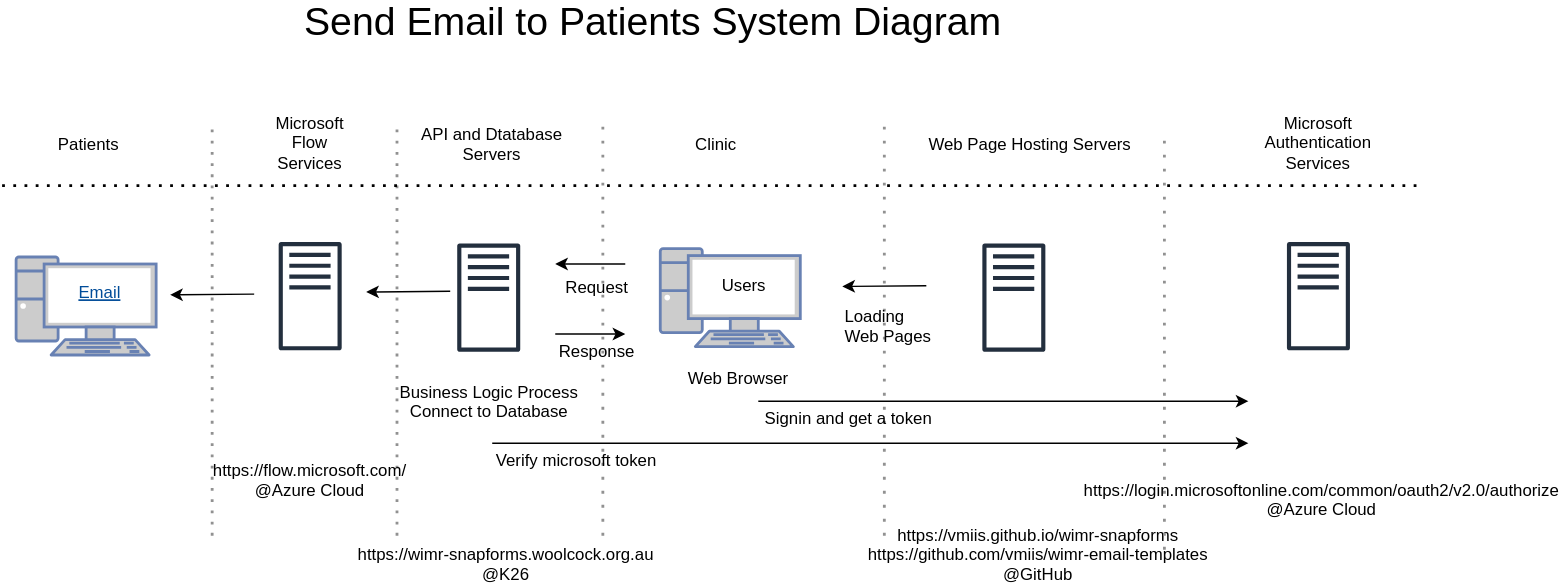
Above: modules/business/diagram/page.svg in jsparkes-wimr/wimr-snapforms (draw.io), before the change. Source tidied: cells renumbered, new cells last; positions are measured from the earlier drawing's top-left corner, leaving out a move shared by most shapes.
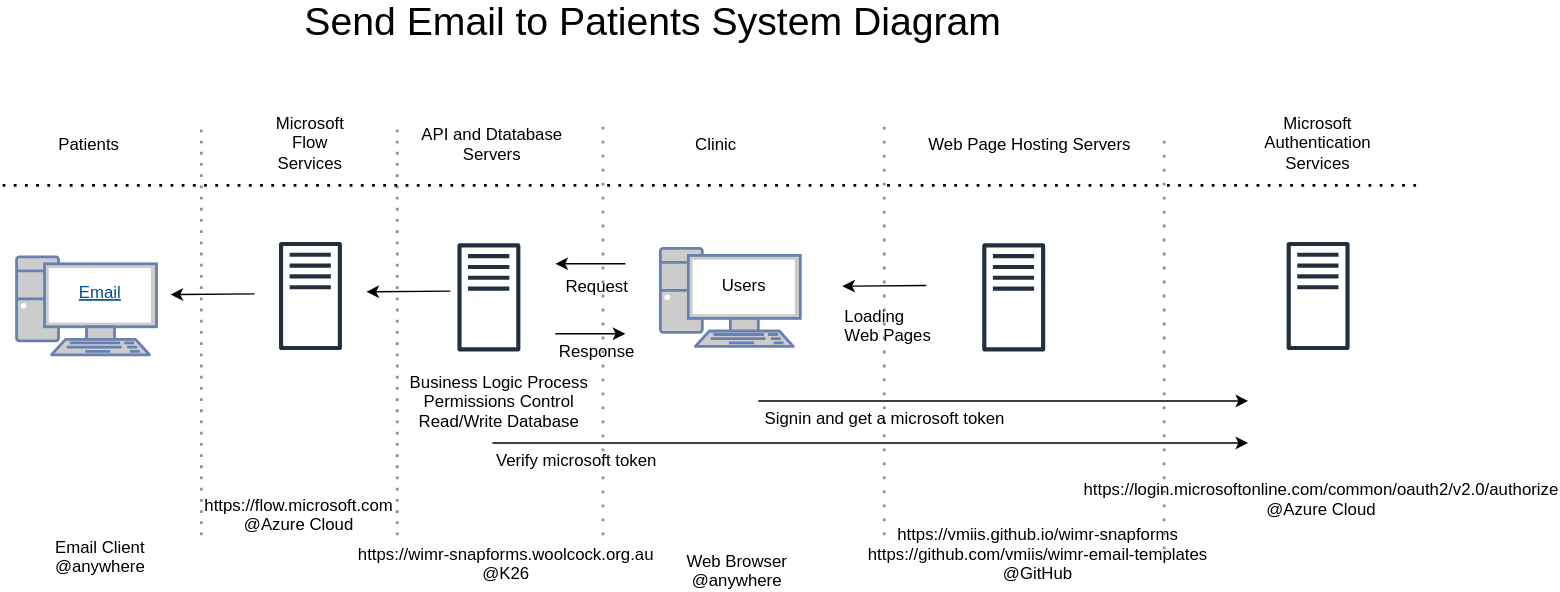
The same diagram one commit later.

Diff of the diagram source:
```diff
@@ -7,8 +7,8 @@
     </mxCell>
     <mxCell id="3" style="endArrow=none;dashed=1;html=1;dashPattern=1 3;strokeWidth=2;fontColor=#ABABAB;strokeColor=#919191;" parent="1" edge="1">
       <mxGeometry relative="1" as="geometry">
-        <mxPoint x="150" y="380" as="sourcePoint" />
-        <mxPoint x="150" y="90" as="targetPoint" />
+        <mxPoint x="142" y="380" as="sourcePoint" />
+        <mxPoint x="142" y="90" as="targetPoint" />
       </mxGeometry>
     </mxCell>
     <mxCell id="4" style="endArrow=none;dashed=1;html=1;dashPattern=1 3;strokeWidth=2;fontColor=#ABABAB;strokeColor=#919191;" parent="1" edge="1">
@@ -113,14 +113,14 @@
         <mxPoint x="600" y="202" as="targetPoint" />
       </mxGeometry>
     </mxCell>
-    <mxCell id="29" value="Business Logic Process&#10;Connect to Database" style="text;strokeColor=none;fillColor=none;align=center;verticalAlign=middle;rounded=0;" parent="1" vertex="1">
-      <mxGeometry x="328" y="274" width="40" height="20" as="geometry" />
+    <mxCell id="29" value="Business Logic Process&#10;Permissions Control&#10;Read/Write Database" style="text;strokeColor=none;fillColor=none;align=center;verticalAlign=middle;rounded=0;" parent="1" vertex="1">
+      <mxGeometry x="335" y="274" width="40" height="20" as="geometry" />
     </mxCell>
     <mxCell id="30" value="Loading &#10;Web Pages" style="text;strokeColor=none;fillColor=none;align=left;verticalAlign=middle;rounded=0;" parent="1" vertex="1">
       <mxGeometry x="600" y="215" width="40" height="30" as="geometry" />
     </mxCell>
-    <mxCell id="31" value="https://flow.microsoft.com/&#10;@Azure Cloud" style="text;strokeColor=none;fillColor=none;align=center;verticalAlign=middle;rounded=0;" parent="1" vertex="1">
-      <mxGeometry x="200" y="330" width="40" height="20" as="geometry" />
+    <mxCell id="31" value="https://flow.microsoft.com&#10;@Azure Cloud" style="text;strokeColor=none;fillColor=none;align=center;verticalAlign=middle;rounded=0;" parent="1" vertex="1">
+      <mxGeometry x="192" y="355" width="40" height="20" as="geometry" />
     </mxCell>
     <mxCell id="32" style="endArrow=none;html=1;strokeWidth=2;dashed=1;dashPattern=1 4;fontColor=#ABABAB;strokeColor=#919191;" parent="1" edge="1">
       <mxGeometry relative="1" as="geometry">
@@ -137,7 +137,7 @@
     <mxCell id="35" value="https://login.microsoftonline.com/common/oauth2/v2.0/authorize&#10;@Azure Cloud" style="text;strokeColor=none;fillColor=none;align=center;verticalAlign=middle;rounded=0;" parent="1" vertex="1">
       <mxGeometry x="922.5" y="344" width="40" height="20" as="geometry" />
     </mxCell>
-    <mxCell id="36" value="Signin and get a token" style="text;strokeColor=none;fillColor=none;align=left;verticalAlign=middle;rounded=0;" parent="1" vertex="1">
+    <mxCell id="36" value="Signin and get a microsoft token" style="text;strokeColor=none;fillColor=none;align=left;verticalAlign=middle;rounded=0;" parent="1" vertex="1">
       <mxGeometry x="543" y="281" width="40" height="30" as="geometry" />
     </mxCell>
     <mxCell id="37" style="endArrow=classic;html=1;" parent="1" edge="1">
@@ -146,8 +146,8 @@
         <mxPoint x="890" y="284" as="targetPoint" />
       </mxGeometry>
     </mxCell>
-    <mxCell id="38" value="Web Browser" style="text;strokeColor=none;fillColor=none;align=center;verticalAlign=middle;rounded=0;" parent="1" vertex="1">
-      <mxGeometry x="506" y="252" width="40" height="30" as="geometry" />
+    <mxCell id="38" value="Web Browser&#10;@anywhere" style="text;strokeColor=none;fillColor=none;align=center;verticalAlign=middle;rounded=0;" parent="1" vertex="1">
+      <mxGeometry x="505" y="390" width="40" height="30" as="geometry" />
     </mxCell>
     <mxCell id="39" value="Verify microsoft token" style="text;strokeColor=none;fillColor=none;align=left;verticalAlign=middle;rounded=0;" parent="1" vertex="1">
       <mxGeometry x="351" y="311" width="40" height="30" as="geometry" />
@@ -158,5 +158,8 @@
         <mxPoint x="890" y="314" as="targetPoint" />
       </mxGeometry>
     </mxCell>
+    <mxCell id="41" value="Email Client&#10;@anywhere" style="text;strokeColor=none;fillColor=none;align=center;verticalAlign=middle;rounded=0;" parent="1" vertex="1">
+      <mxGeometry x="50" y="380" width="40" height="30" as="geometry" />
+    </mxCell>
   </root>
 </mxGraphModel>
```
